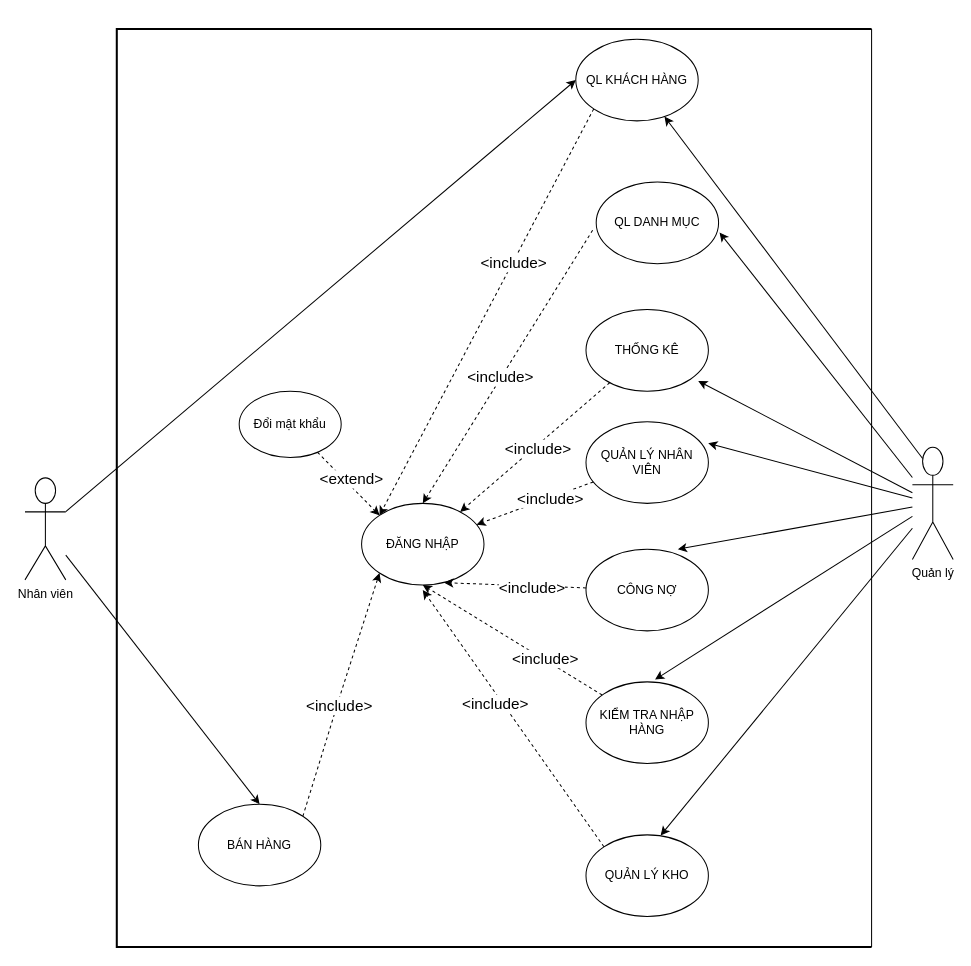
The draw.io diagram USECASE/Untitled Diagram.drawio in AlexTien202/congnghephanmem, before the edit. Source tidied: cells renumbered, new cells numbered last; positions are measured from the earlier drawing's top-left corner, leaving out a move shared by most shapes. Both pictures are drawn from the tidied source at 102%, with x=0, y=0 at pixel (24, 29).
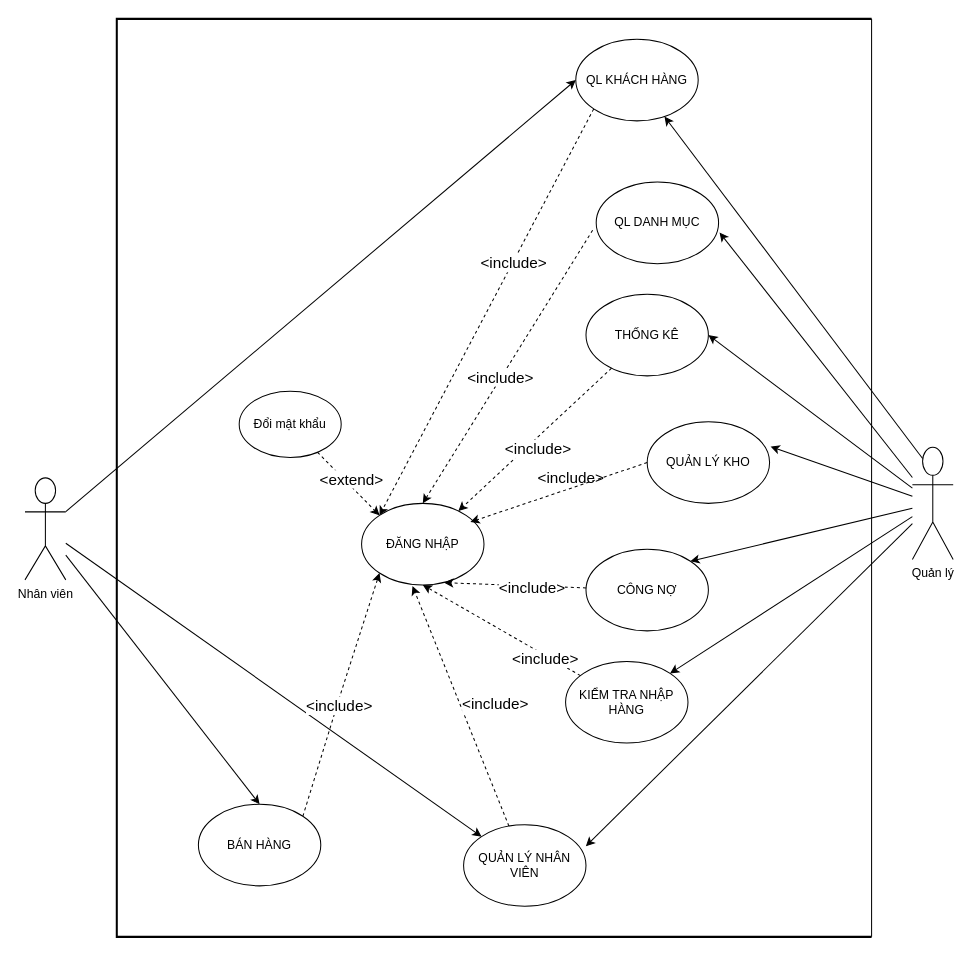
After the change.

The change refers to these unchanged cells:
```xml
<mxCell id="4" value="Nhân viên" style="shape=umlActor;verticalLabelPosition=bottom;verticalAlign=top;html=1;outlineConnect=0;" parent="1" vertex="1">
  <mxGeometry y="440" width="40" height="100" as="geometry" />
</mxCell>
<mxCell id="11" value="Quản lý" style="shape=umlActor;verticalLabelPosition=bottom;verticalAlign=top;html=1;outlineConnect=0;" parent="1" vertex="1">
  <mxGeometry x="870" y="410" width="40" height="110" as="geometry" />
</mxCell>
<mxCell id="17" value="ĐĂNG NHẬP" style="ellipse;whiteSpace=wrap;html=1;" parent="1" vertex="1">
  <mxGeometry x="330" y="465" width="120" height="80" as="geometry" />
</mxCell>
<mxCell id="21" value="CÔNG NỢ" style="ellipse;whiteSpace=wrap;html=1;" parent="1" vertex="1">
  <mxGeometry x="550" y="510" width="120" height="80" as="geometry" />
</mxCell>
```

Diff of the diagram source:
```diff
@@
+    <mxCell id="44" style="rounded=0;jettySize=auto;html=1;entryX=0;entryY=0;entryDx=0;entryDy=0;" parent="1" edge="1" source="4" target="14">
+      <mxGeometry relative="1" as="geometry" />
+    </mxCell>
@@
-    <mxCell id="6" style="edgeStyle=none;rounded=0;jettySize=auto;html=1;entryX=0.61;entryY=0.007;entryDx=0;entryDy=0;entryPerimeter=0;" parent="1" edge="1" source="11" target="15">
+    <mxCell id="6" style="edgeStyle=none;rounded=0;jettySize=auto;html=1;entryX=1.008;entryY=0.304;entryDx=0;entryDy=0;entryPerimeter=0;" parent="1" edge="1" source="11" target="15">
       <mxGeometry relative="1" as="geometry" />
     </mxCell>
-    <mxCell id="7" style="edgeStyle=none;rounded=0;jettySize=auto;html=1;entryX=0.75;entryY=0;entryDx=0;entryDy=0;entryPerimeter=0;" parent="1" edge="1" source="11" target="21">
+    <mxCell id="7" style="edgeStyle=none;rounded=0;jettySize=auto;html=1;entryX=1;entryY=0;entryDx=0;entryDy=0;" parent="1" edge="1" source="11" target="21">
       <mxGeometry relative="1" as="geometry" />
     </mxCell>
-    <mxCell id="8" style="edgeStyle=none;rounded=0;jettySize=auto;html=1;entryX=0.564;entryY=-0.028;entryDx=0;entryDy=0;entryPerimeter=0;" parent="1" edge="1" source="11" target="19">
+    <mxCell id="8" style="edgeStyle=none;rounded=0;jettySize=auto;html=1;entryX=1;entryY=0;entryDx=0;entryDy=0;" parent="1" edge="1" source="11" target="19">
       <mxGeometry relative="1" as="geometry" />
     </mxCell>
@@
-    <mxCell id="10" style="edgeStyle=none;rounded=0;jettySize=auto;html=1;entryX=0.917;entryY=0.875;entryDx=0;entryDy=0;entryPerimeter=0;" parent="1" edge="1" source="11" target="16">
+    <mxCell id="10" style="edgeStyle=none;rounded=0;jettySize=auto;html=1;entryX=1;entryY=0.5;entryDx=0;entryDy=0;" parent="1" edge="1" source="11" target="16">
       <mxGeometry relative="1" as="geometry" />
     </mxCell>
@@
-    <mxCell id="13" style="edgeStyle=none;rounded=0;jettySize=auto;html=1;dashed=1;" parent="1" edge="1" source="14" target="17">
+    <mxCell id="13" style="edgeStyle=none;rounded=0;jettySize=auto;html=1;dashed=1;entryX=0.416;entryY=1.013;entryDx=0;entryDy=0;entryPerimeter=0;" parent="1" edge="1" source="14" target="17">
       <mxGeometry relative="1" as="geometry" />
     </mxCell>
     <mxCell id="14" value="QUẢN LÝ NHÂN VIÊN" style="ellipse;whiteSpace=wrap;html=1;" parent="1" vertex="1">
-      <mxGeometry x="550" y="385" width="120" height="80" as="geometry" />
+      <mxGeometry x="430" y="780" width="120" height="80" as="geometry" />
     </mxCell>
     <mxCell id="15" value="QUẢN LÝ KHO" style="ellipse;whiteSpace=wrap;html=1;" parent="1" vertex="1">
-      <mxGeometry x="550" y="790" width="120" height="80" as="geometry" />
+      <mxGeometry x="610" y="385" width="120" height="80" as="geometry" />
     </mxCell>
     <mxCell id="16" value="THỐNG KÊ" style="ellipse;whiteSpace=wrap;html=1;" parent="1" vertex="1">
-      <mxGeometry x="550" y="275" width="120" height="80" as="geometry" />
+      <mxGeometry x="550" y="260" width="120" height="80" as="geometry" />
     </mxCell>
@@
     <mxCell id="19" value="KIỂM TRA NHẬP HÀNG" style="ellipse;whiteSpace=wrap;html=1;" parent="1" vertex="1">
-      <mxGeometry x="550" y="640" width="120" height="80" as="geometry" />
+      <mxGeometry x="530" y="620" width="120" height="80" as="geometry" />
     </mxCell>
@@
-    <mxCell id="24" style="edgeStyle=none;rounded=0;jettySize=auto;html=1;dashed=1;exitX=0;exitY=0;exitDx=0;exitDy=0;" parent="1" edge="1" source="15">
-      <mxGeometry relative="1" as="geometry">
-        <mxPoint x="390" y="550" as="targetPoint" />
-      </mxGeometry>
-    </mxCell>
@@
     <mxCell id="33" value="&amp;lt;include&amp;gt;" style="edgeLabel;html=1;align=center;verticalAlign=middle;fontSize=15;" parent="1" vertex="1">
-      <mxGeometry x="347.3" y="690" as="geometry">
+      <mxGeometry x="367.3" y="670" as="geometry">
         <mxPoint x="167" y="-231" as="offset" />
       </mxGeometry>
     </mxCell>
@@
     <mxCell id="39" style="strokeWidth=2;html=1;shape=mxgraph.flowchart.annotation_1;align=left;fontSize=15;" parent="1" vertex="1">
-      <mxGeometry x="90" width="740" height="900" as="geometry" />
+      <mxGeometry x="90" y="-10" width="740" height="900" as="geometry" />
     </mxCell>
@@
+    <mxCell id="45" style="edgeStyle=none;rounded=0;jettySize=auto;html=1;dashed=1;exitX=0;exitY=0.5;exitDx=0;exitDy=0;" parent="1" edge="1" source="15">
+      <mxGeometry relative="1" as="geometry">
+        <mxPoint x="436.7" y="483.3" as="targetPoint" />
+      </mxGeometry>
+    </mxCell>
```
